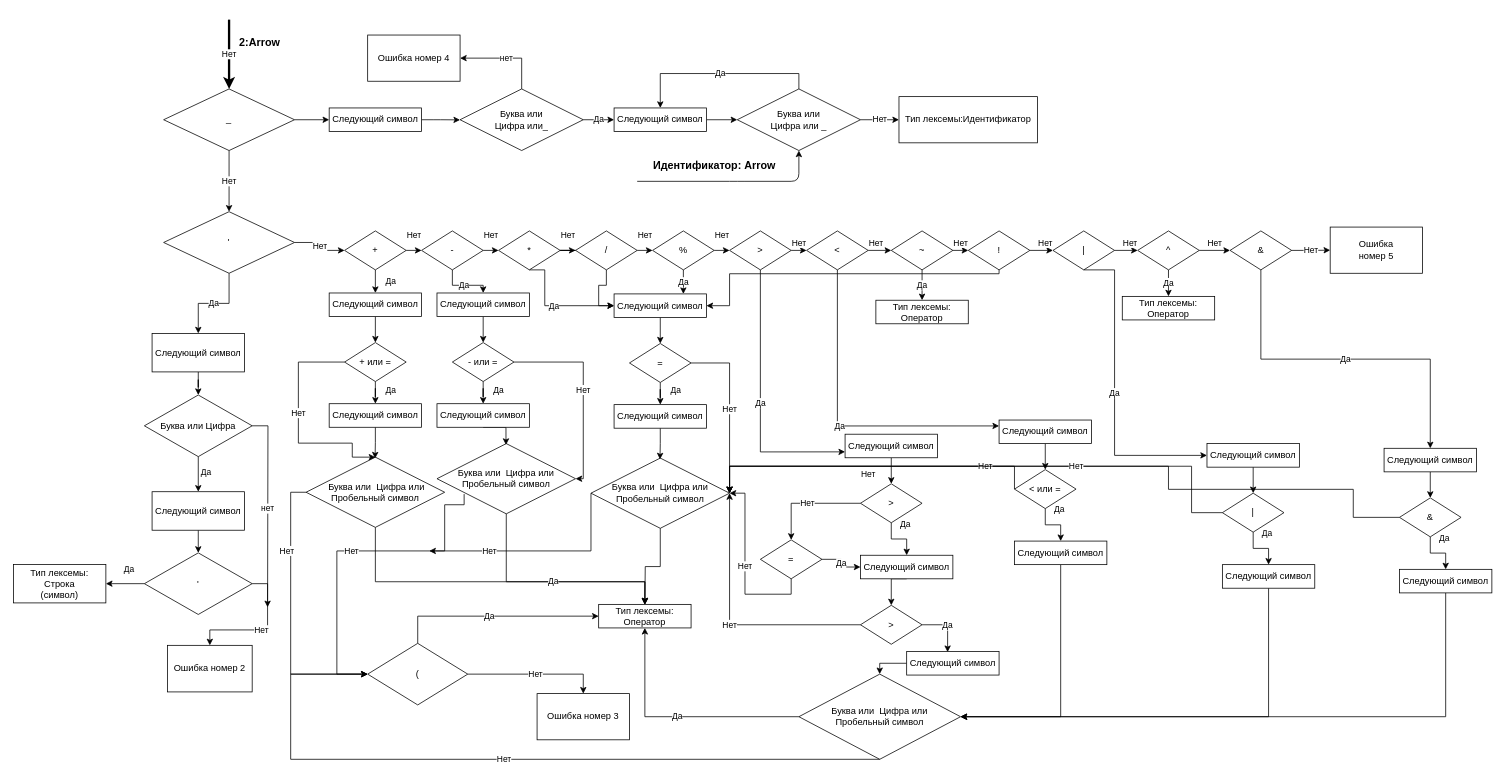
Earlier version of the draw.io diagram finally_automat2.drawio (DieNice/CourseTranslator). Source tidied: cells renumbered, new cells numbered last; positions are measured from the earlier drawing's top-left corner, leaving out a move shared by most shapes. Both pictures are drawn from the tidied source at 77%, with x=0, y=0 at pixel (13, 19).
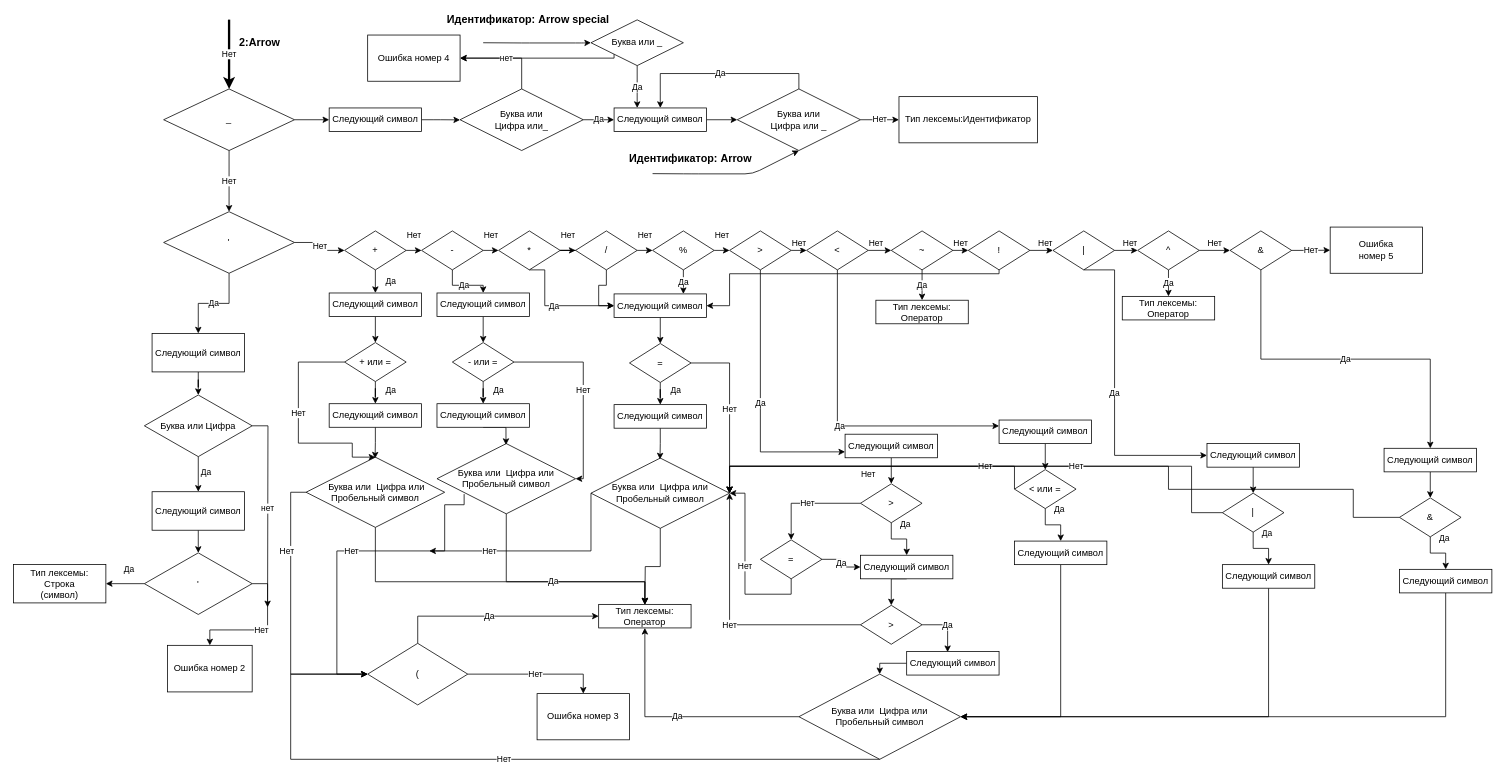
Above is the later version.

Unchanged cells that the change refers to:
```xml
<mxCell id="138" value="Следующий символ" style="rounded=0;whiteSpace=wrap;html=1;" parent="1" vertex="1">
  <mxGeometry x="780" y="114.7" width="120" height="30.6" as="geometry" />
</mxCell>
<mxCell id="139" value="Ошибка номер 4" style="rounded=0;whiteSpace=wrap;html=1;" parent="1" vertex="1">
  <mxGeometry x="460" y="20" width="120" height="60" as="geometry" />
</mxCell>
<mxCell id="142" value="Буква или &lt;br&gt;Цифра или _" style="rhombus;whiteSpace=wrap;html=1;" parent="1" vertex="1">
  <mxGeometry x="940" y="90" width="160" height="80" as="geometry" />
</mxCell>
```

What changed in the source:
```diff
@@
+    <mxCell id="150" style="edgeStyle=orthogonalEdgeStyle;rounded=0;jettySize=auto;html=1;exitX=0;exitY=1;exitDx=0;exitDy=0;" parent="1" edge="1" source="152" target="139">
+      <mxGeometry relative="1" as="geometry">
+        <Array as="points">
+          <mxPoint x="780" y="50" />
+        </Array>
+      </mxGeometry>
+    </mxCell>
@@
-    <mxCell id="144" value="&lt;font style=&quot;font-size: 14px&quot;&gt;&lt;b&gt;Идентификатор: Arrow&lt;/b&gt;&lt;/font&gt;" style="endArrow=classic;html=1;strokeColor=#000000;entryX=0.5;entryY=1;entryDx=0;entryDy=0;" parent="1" edge="1" target="142">
-      <mxGeometry x="0.04" y="36" relative="1" as="geometry">
-        <mxPoint x="810" y="210" as="sourcePoint" />
+    <mxCell id="144" value="&lt;font style=&quot;font-size: 14px&quot;&gt;&lt;b&gt;Идентификатор: Arrow special&amp;nbsp;&lt;/b&gt;&lt;b&gt;&lt;br&gt;&lt;/b&gt;&lt;/font&gt;" style="endArrow=classic;html=1;strokeColor=#000000;entryX=0;entryY=0.5;entryDx=0;entryDy=0;" parent="1" edge="1" target="152">
+      <mxGeometry x="-0.14" y="30" relative="1" as="geometry">
+        <mxPoint x="610" y="30" as="sourcePoint" />
         <Array as="points">
-          <mxPoint x="940" y="210" />
-          <mxPoint x="1020" y="210" />
+          <mxPoint x="660" y="30.3" />
+          <mxPoint x="740" y="30.3" />
         </Array>
-        <mxPoint x="-30" y="16" as="offset" />
       </mxGeometry>
     </mxCell>
@@
+    <mxCell id="151" value="Да" style="edgeStyle=orthogonalEdgeStyle;rounded=0;jettySize=auto;html=1;exitX=0.5;exitY=1;exitDx=0;exitDy=0;entryX=0.25;entryY=0;entryDx=0;entryDy=0;" parent="1" edge="1" source="152" target="138">
+      <mxGeometry relative="1" as="geometry" />
+    </mxCell>
+    <mxCell id="152" value="Буква или _" style="rhombus;whiteSpace=wrap;html=1;" parent="1" vertex="1">
+      <mxGeometry x="750" y="0.3" width="120" height="59.4" as="geometry" />
+    </mxCell>
+    <mxCell id="153" value="&lt;font style=&quot;font-size: 14px&quot;&gt;&lt;b&gt;Идентификатор: Arrow&lt;/b&gt;&lt;/font&gt;" style="endArrow=classic;html=1;strokeColor=#000000;entryX=0.5;entryY=1;entryDx=0;entryDy=0;" parent="1" edge="1" target="142">
+      <mxGeometry x="-0.49" y="20" relative="1" as="geometry">
+        <mxPoint x="830" y="200" as="sourcePoint" />
+        <Array as="points">
+          <mxPoint x="880" y="200.3" />
+          <mxPoint x="960" y="200.3" />
+        </Array>
+        <mxPoint x="-1" as="offset" />
+      </mxGeometry>
+    </mxCell>
```
